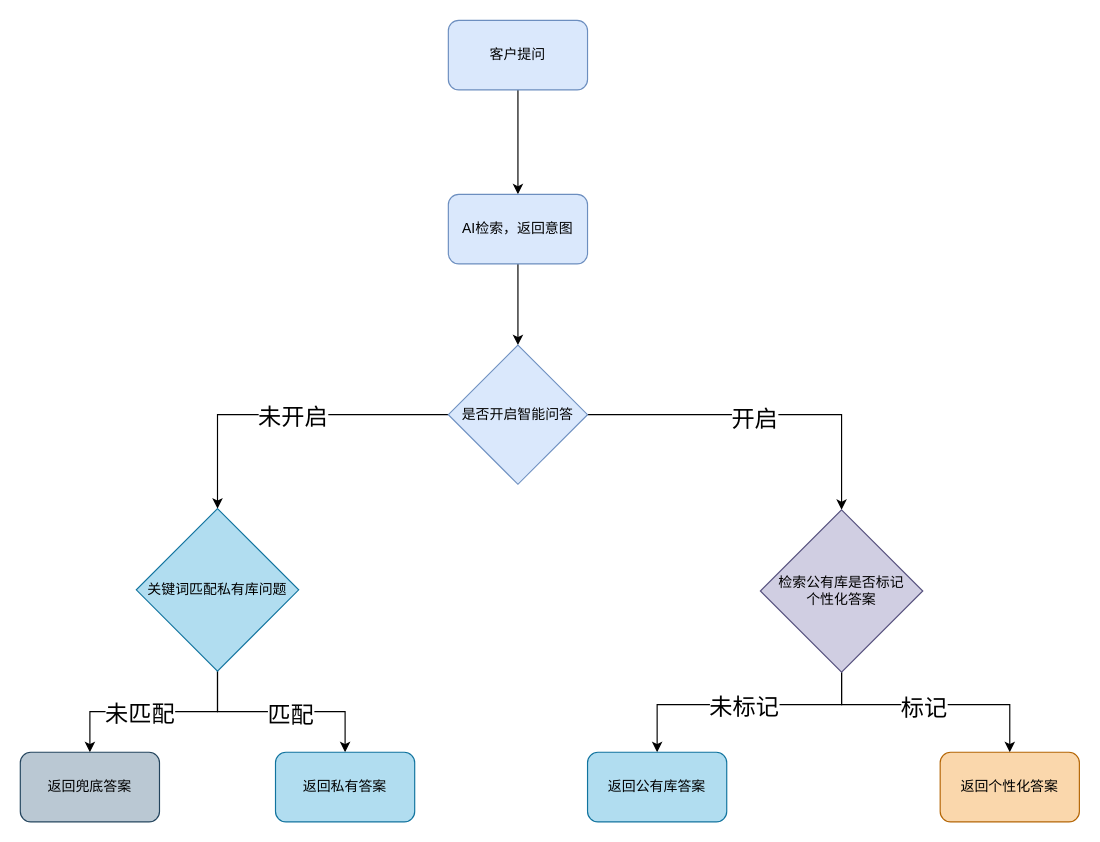
Earlier version of the draw.io diagram 客服3.4.x问答决策流程图20250305.drawio (ammengke/my-drawio). Source tidied: cells renumbered, new cells numbered last; positions are measured from the earlier drawing's top-left corner, leaving out a move shared by most shapes. Both pictures are drawn from the tidied source at 116%, with x=0, y=0 at pixel (20, 20).
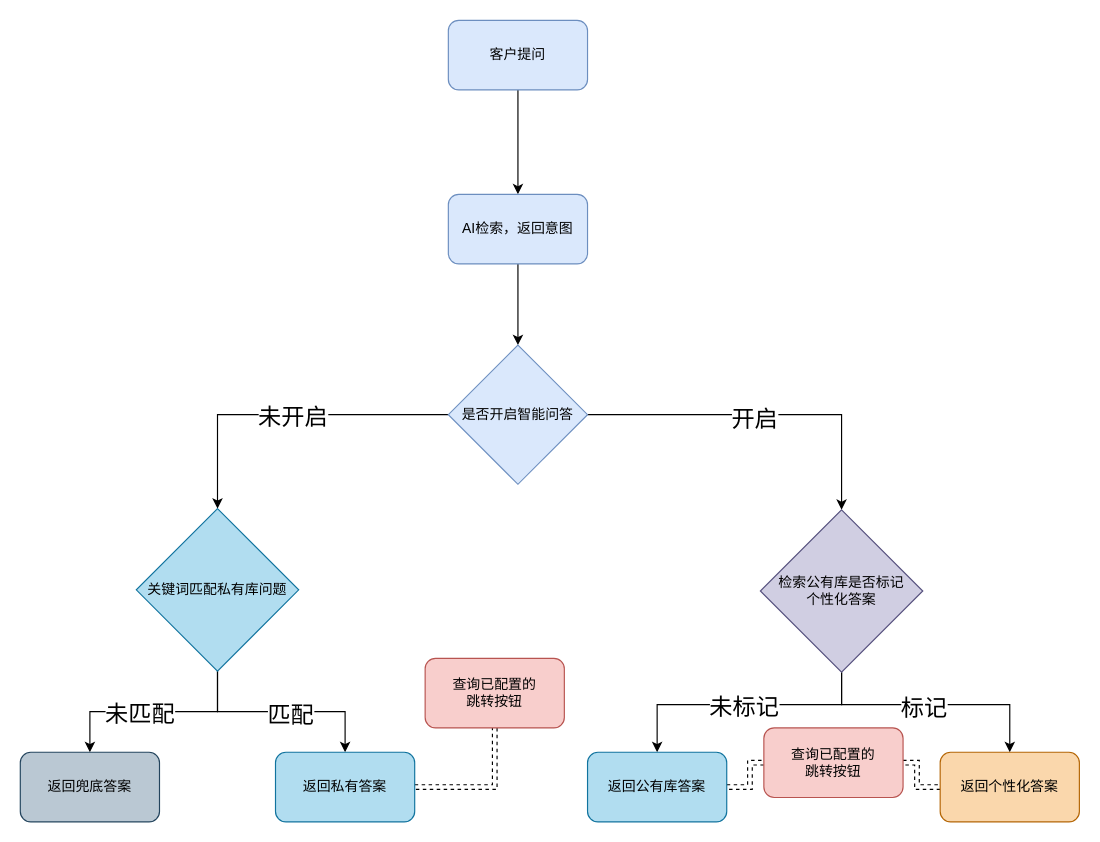
After the change.

Commit message:
更新客服3.4.x问答决策流程图20250305.drawio

The change refers to these unchanged cells:
```xml
<mxCell id="17" value="返回私有答案" style="rounded=1;whiteSpace=wrap;html=1;fillColor=#b1ddf0;strokeColor=#10739e;" parent="1" vertex="1">
  <mxGeometry x="220" y="631" width="120" height="60" as="geometry" />
</mxCell>
<mxCell id="23" value="返回公有库答案" style="rounded=1;whiteSpace=wrap;html=1;fillColor=#b1ddf0;strokeColor=#10739e;" parent="1" vertex="1">
  <mxGeometry x="489" y="631" width="120" height="60" as="geometry" />
</mxCell>
<mxCell id="24" value="返回个性化答案" style="rounded=1;whiteSpace=wrap;html=1;fillColor=#fad7ac;strokeColor=#b46504;" parent="1" vertex="1">
  <mxGeometry x="793" y="631" width="120" height="60" as="geometry" />
</mxCell>
```

Change to the diagram source:
```diff
@@
+    <mxCell id="25" style="edgeStyle=orthogonalEdgeStyle;rounded=0;jettySize=auto;html=1;shape=link;dashed=1;" parent="1" edge="1" source="17" target="28">
+      <mxGeometry relative="1" as="geometry" />
+    </mxCell>
@@
+    <mxCell id="26" style="edgeStyle=orthogonalEdgeStyle;rounded=0;jettySize=auto;html=1;shape=link;dashed=1;" parent="1" edge="1" source="23" target="29">
+      <mxGeometry relative="1" as="geometry" />
+    </mxCell>
@@
+    <mxCell id="27" style="edgeStyle=orthogonalEdgeStyle;rounded=0;jettySize=auto;html=1;entryX=1;entryY=0.5;entryDx=0;entryDy=0;shape=link;dashed=1;" parent="1" edge="1" source="24" target="29">
+      <mxGeometry relative="1" as="geometry" />
+    </mxCell>
@@
+    <mxCell id="28" value="查询已配置的&lt;div&gt;跳转按钮&lt;/div&gt;" style="rounded=1;whiteSpace=wrap;html=1;fillColor=#f8cecc;strokeColor=#b85450;" parent="1" vertex="1">
+      <mxGeometry x="349" y="550" width="120" height="60" as="geometry" />
+    </mxCell>
+    <mxCell id="29" value="查询已配置的&lt;div&gt;跳转按钮&lt;/div&gt;" style="rounded=1;whiteSpace=wrap;html=1;fillColor=#f8cecc;strokeColor=#b85450;" parent="1" vertex="1">
+      <mxGeometry x="641" y="610" width="120" height="60" as="geometry" />
+    </mxCell>
```
